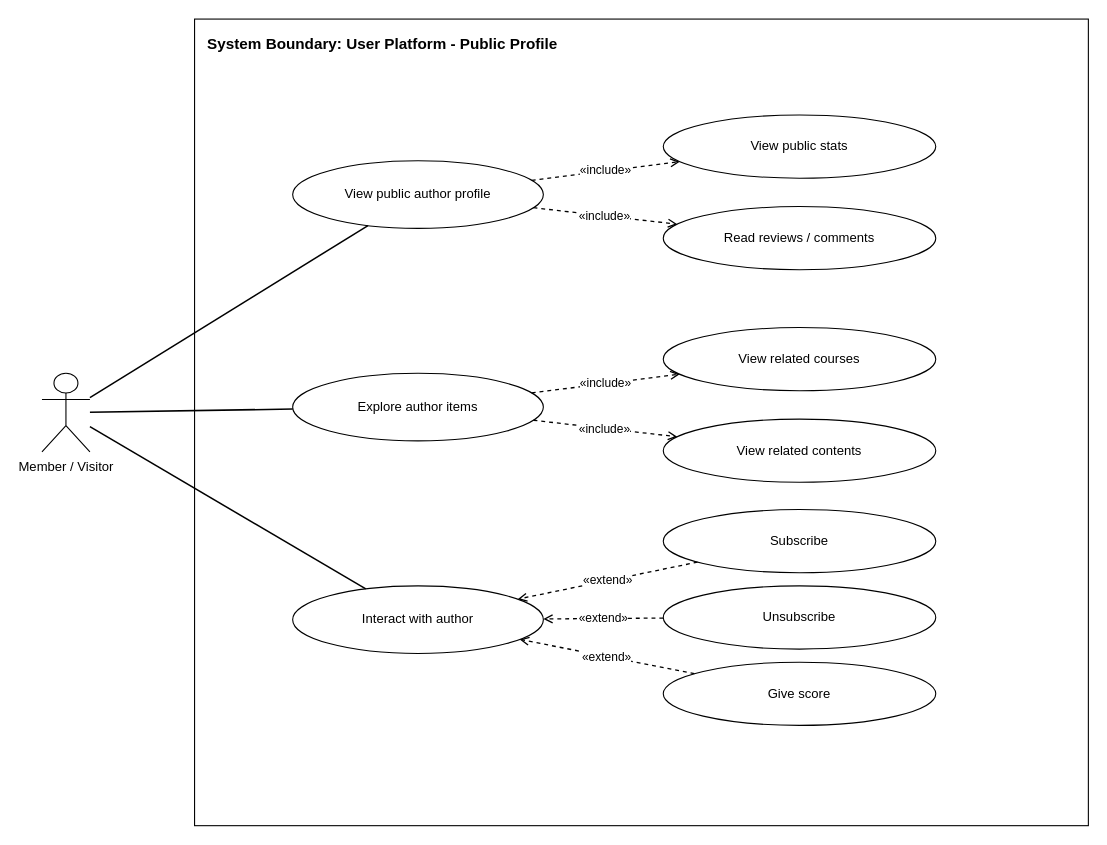
Earlier version of the draw.io diagram page "UC 05 Public Author Profile" (4 of 19) of CoLearnX_19_Use_Case_Diagrams.drawio (ShubertChan/ColearnX-Training-Platform). Source tidied: cells renumbered, new cells numbered last; positions are measured from the earlier drawing's top-left corner, leaving out a move shared by most shapes. Both pictures are drawn from the tidied source at 109%, with x=0, y=0 at pixel (41, 19).
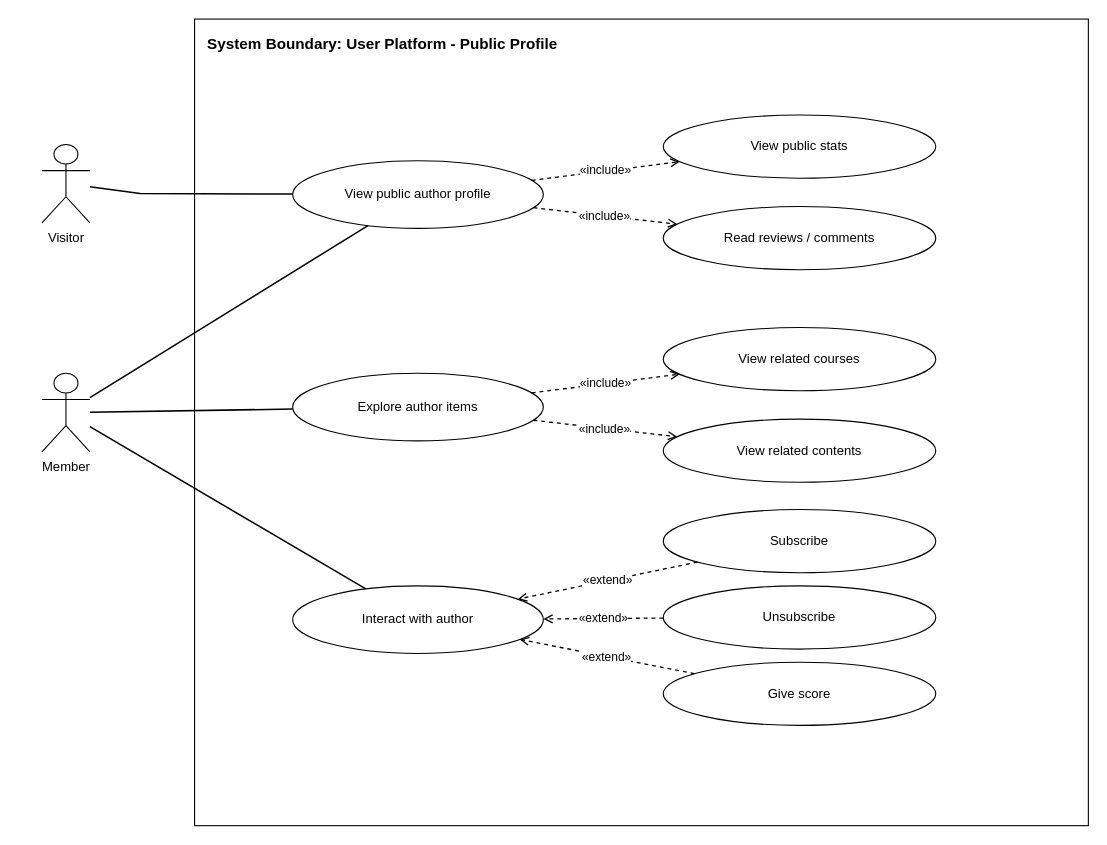
The same page after the edit.

The change refers to these unchanged cells:
```xml
<mxCell id="4" value="View public author profile" style="ellipse;whiteSpace=wrap;html=1;fillColor=#ffffff;strokeColor=#000000;fontSize=12;" parent="1" vertex="1">
  <mxGeometry x="230" y="130" width="230" height="62" as="geometry" />
</mxCell>
```

What changed in the source:
```diff
@@
-    <mxCell id="3" value="Member / Visitor" style="shape=umlActor;verticalLabelPosition=bottom;verticalAlign=top;html=1;outlineConnect=0;strokeColor=#000000;fillColor=#ffffff;fontSize=12;" parent="1" vertex="1">
+    <mxCell id="3" value="Member" style="shape=umlActor;verticalLabelPosition=bottom;verticalAlign=top;html=1;outlineConnect=0;strokeColor=#000000;fillColor=#ffffff;fontSize=12;" parent="1" vertex="1">
       <mxGeometry y="325" width="44" height="72" as="geometry" />
     </mxCell>
@@
+    <mxCell id="24" value="Visitor" style="shape=umlActor;verticalLabelPosition=bottom;verticalAlign=top;html=1;outlineConnect=0;strokeColor=#000000;fillColor=#ffffff;fontSize=12;" parent="1" vertex="1">
+      <mxGeometry y="115" width="44" height="72" as="geometry" />
+    </mxCell>
+    <mxCell id="25" style="endArrow=none;html=1;rounded=0;strokeWidth=1.4;" parent="1" edge="1" source="24" target="4">
+      <mxGeometry relative="1" as="geometry">
+        <Array as="points">
+          <mxPoint x="90" y="160" />
+        </Array>
+      </mxGeometry>
+    </mxCell>
```
